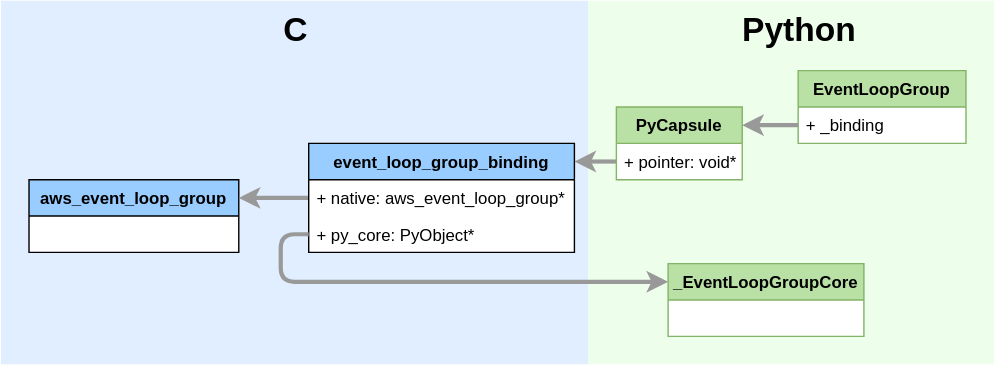
This is docs/dev/binding-private-core.svg from awslabs/aws-crt-python, a draw.io export, as it was before one commit. Source tidied: cells renumbered, new cells last; positions are measured from the earlier drawing's top-left corner, leaving out a move shared by most shapes.
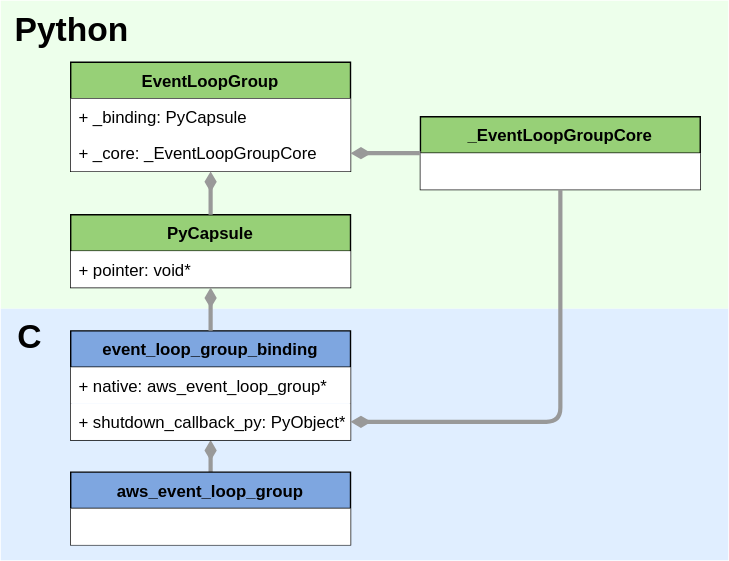
The same diagram one commit later.

The edit, as a diff of the source:
```diff
@@ -3,59 +3,67 @@
     <mxCell id="0" />
     <mxCell id="1" parent="0" />
     <mxCell id="2" style="rounded=0;whiteSpace=wrap;html=1;fillColor=#e0eeff;fontFamily=Helvetica;fontSize=12;strokeColor=none;glass=0;shadow=0;labelPosition=center;verticalLabelPosition=top;align=center;verticalAlign=bottom;horizontal=1;spacing=0;" parent="1" vertex="1">
-      <mxGeometry width="420" height="260" as="geometry" />
+      <mxGeometry x="1240" y="460" width="520" height="180" as="geometry" />
     </mxCell>
     <mxCell id="3" style="rounded=0;whiteSpace=wrap;html=1;fillColor=#edffeb;fontFamily=Helvetica;fontSize=12;strokeColor=none;" parent="1" vertex="1">
-      <mxGeometry x="420" width="290" height="260" as="geometry" />
+      <mxGeometry x="1240" y="240" width="520" height="220" as="geometry" />
     </mxCell>
     <mxCell id="4" value="Python" style="text;html=1;strokeColor=none;fillColor=none;align=center;verticalAlign=middle;whiteSpace=wrap;rounded=0;fontSize=24;fontFamily=Helvetica;fontStyle=1;" parent="1" vertex="1">
-      <mxGeometry x="550" y="10" width="40" height="20" as="geometry" />
+      <mxGeometry x="1270" y="250" width="40" height="20" as="geometry" />
     </mxCell>
-    <mxCell id="5" value="EventLoopGroup" style="swimlane;fontStyle=1;horizontal=1;startSize=26;fillColor=#b9e0a5;fontFamily=Helvetica;fontSize=12;gradientDirection=east;swimlaneFillColor=#ffffff;strokeColor=#82b366;" parent="1" vertex="1">
-      <mxGeometry x="570" y="50" width="120" height="52" as="geometry" />
+    <mxCell id="5" value="C" style="text;html=1;strokeColor=none;fillColor=none;align=center;verticalAlign=middle;whiteSpace=wrap;rounded=0;shadow=0;glass=0;labelBackgroundColor=none;fontFamily=Helvetica;fontSize=24;fontStyle=1;" parent="1" vertex="1">
+      <mxGeometry x="1240" y="470" width="40" height="20" as="geometry" />
     </mxCell>
-    <mxCell id="6" value="+ _binding" style="text;strokeColor=none;fillColor=none;align=left;verticalAlign=top;spacingLeft=4;spacingRight=4;overflow=hidden;points=[[0,0.5],[1,0.5]];portConstraint=eastwest;" parent="5" vertex="1">
-      <mxGeometry y="26" width="120" height="26" as="geometry" />
+    <mxCell id="6" value="EventLoopGroup" style="swimlane;fontStyle=1;horizontal=1;startSize=26;fillColor=#97d077;labelBackgroundColor=none;strokeColor=#000000;fontSize=12;" parent="1" vertex="1">
+      <mxGeometry x="1290" y="284" width="200" height="78" as="geometry" />
     </mxCell>
+    <mxCell id="19" value="+ _binding: PyCapsule" style="text;strokeColor=none;fillColor=#ffffff;align=left;verticalAlign=top;spacingLeft=4;spacingRight=4;overflow=hidden;" parent="6" vertex="1">
+      <mxGeometry y="26" width="200" height="26" as="geometry" />
+    </mxCell>
-    <mxCell id="7" style="rounded=0;jettySize=auto;html=1;exitX=0;exitY=0.5;exitDx=0;exitDy=0;strokeColor=#999999;strokeWidth=3;fontFamily=Helvetica;fontSize=12;entryX=1;entryY=0.25;entryDx=0;entryDy=0;fillColor=#f5f5f5;" parent="1" edge="1" source="6" target="11">
-      <mxGeometry relative="1" as="geometry" />
+    <mxCell id="7" value="+ _core: _EventLoopGroupCore" style="text;strokeColor=none;fillColor=#ffffff;align=left;verticalAlign=top;spacingLeft=4;spacingRight=4;overflow=hidden;points=[[0,0.5],[1,0.5]];portConstraint=eastwest;" parent="6" vertex="1">
+      <mxGeometry y="52" width="200" height="26" as="geometry" />
     </mxCell>
-    <mxCell id="8" value="aws_event_loop_group" style="swimlane;fontStyle=1;horizontal=1;startSize=26;fillColor=#99ccff;fontFamily=Helvetica;fontSize=12;swimlaneFillColor=#ffffff;" parent="1" vertex="1">
-      <mxGeometry x="20" y="128" width="150" height="52" as="geometry" />
+    <mxCell id="8" value="PyCapsule" style="swimlane;fontStyle=1;horizontal=1;startSize=26;fillColor=#97d077;labelBackgroundColor=none;strokeColor=#000000;fontSize=12;" parent="1" vertex="1">
+      <mxGeometry x="1290" y="393" width="200" height="52" as="geometry" />
     </mxCell>
-    <mxCell id="9" style="edgeStyle=none;rounded=0;jettySize=auto;html=1;strokeColor=#999999;strokeWidth=3;fontFamily=Helvetica;fontSize=12;exitX=0;exitY=0.5;exitDx=0;exitDy=0;entryX=1;entryY=0.25;entryDx=0;entryDy=0;jumpStyle=none;shadow=0;comic=0;fixDash=0;backgroundOutline=0;noJump=0;endFill=1;" parent="1" edge="1" target="8">
-      <mxGeometry relative="1" as="geometry">
-        <mxPoint x="220" y="141" as="sourcePoint" />
-      </mxGeometry>
+    <mxCell id="9" value="+ pointer: void*" style="text;strokeColor=none;fillColor=#ffffff;align=left;verticalAlign=top;spacingLeft=4;spacingRight=4;overflow=hidden;" parent="8" vertex="1">
+      <mxGeometry y="26" width="200" height="26" as="geometry" />
     </mxCell>
-    <mxCell id="10" style="edgeStyle=none;rounded=0;jettySize=auto;html=1;exitX=0;exitY=0.5;exitDx=0;exitDy=0;strokeColor=#999999;strokeWidth=3;fontFamily=Helvetica;fontSize=12;entryX=1;entryY=0.25;entryDx=0;entryDy=0;" parent="1" edge="1" source="12">
-      <mxGeometry relative="1" as="geometry">
-        <mxPoint x="410" y="115" as="targetPoint" />
-      </mxGeometry>
+    <mxCell id="10" style="edgeStyle=orthogonalEdgeStyle;jettySize=auto;html=1;shadow=0;endArrow=diamondThin;endFill=1;strokeColor=#999999;strokeWidth=3;fontSize=12;" parent="1" edge="1" source="14" target="11">
+      <mxGeometry relative="1" as="geometry" />
     </mxCell>
-    <mxCell id="11" value="PyCapsule" style="swimlane;fontStyle=1;horizontal=1;startSize=26;fillColor=#b9e0a5;fontFamily=Helvetica;fontSize=12;gradientDirection=east;swimlaneFillColor=#ffffff;strokeColor=#82b366;" parent="1" vertex="1">
-      <mxGeometry x="440" y="76" width="90" height="52" as="geometry" />
+    <mxCell id="11" value="event_loop_group_binding" style="swimlane;fontStyle=1;horizontal=1;startSize=26;fillColor=#7ea6e0;labelBackgroundColor=none;strokeColor=#000000;fontSize=12;" parent="1" vertex="1">
+      <mxGeometry x="1290" y="476" width="200" height="78" as="geometry" />
     </mxCell>
-    <mxCell id="12" value="+ pointer: void*" style="text;strokeColor=none;fillColor=none;align=left;verticalAlign=top;spacingLeft=4;spacingRight=4;overflow=hidden;points=[[0,0.5],[1,0.5]];portConstraint=eastwest;" parent="11" vertex="1">
-      <mxGeometry y="26" width="90" height="26" as="geometry" />
+    <mxCell id="12" value="+ native: aws_event_loop_group*" style="text;strokeColor=none;fillColor=#ffffff;align=left;verticalAlign=top;spacingLeft=4;spacingRight=4;overflow=hidden;points=[[0,0.5],[1,0.5]];portConstraint=eastwest;" parent="11" vertex="1">
+      <mxGeometry y="26" width="200" height="26" as="geometry" />
     </mxCell>
-    <mxCell id="13" value="C" style="text;html=1;strokeColor=none;fillColor=none;align=center;verticalAlign=middle;whiteSpace=wrap;rounded=0;shadow=0;glass=0;labelBackgroundColor=none;fontFamily=Helvetica;fontSize=24;fontStyle=1;" parent="1" vertex="1">
-      <mxGeometry x="190" y="10" width="40" height="20" as="geometry" />
+    <mxCell id="13" value="+ shutdown_callback_py: PyObject*" style="text;strokeColor=none;fillColor=#ffffff;align=left;verticalAlign=top;spacingLeft=4;spacingRight=4;overflow=hidden;points=[[0,0.5],[1,0.5]];portConstraint=eastwest;" parent="11" vertex="1">
+      <mxGeometry y="52" width="200" height="26" as="geometry" />
     </mxCell>
-    <mxCell id="14" value="event_loop_group_binding" style="swimlane;fontStyle=1;horizontal=1;startSize=26;fillColor=#99ccff;fontFamily=Helvetica;fontSize=12;gradientDirection=east;swimlaneFillColor=#ffffff;strokeColor=#000000;" parent="1" vertex="1">
-      <mxGeometry x="220" y="102" width="190" height="78" as="geometry" />
+    <mxCell id="14" value="aws_event_loop_group" style="swimlane;fontStyle=1;horizontal=1;startSize=26;fillColor=#7ea6e0;labelBackgroundColor=none;strokeColor=#000000;fontSize=12;" parent="1" vertex="1">
+      <mxGeometry x="1290" y="577" width="200" height="52" as="geometry" />
     </mxCell>
-    <mxCell id="15" value="+ native: aws_event_loop_group*" style="text;strokeColor=none;fillColor=none;align=left;verticalAlign=top;spacingLeft=4;spacingRight=4;overflow=hidden;" parent="14" vertex="1">
-      <mxGeometry y="26" width="190" height="26" as="geometry" />
+    <mxCell id="15" style="text;strokeColor=none;fillColor=#ffffff;align=left;verticalAlign=top;spacingLeft=4;spacingRight=4;overflow=hidden;" parent="14" vertex="1">
+      <mxGeometry y="26" width="200" height="26" as="geometry" />
     </mxCell>
-    <mxCell id="16" value="+ py_core: PyObject*" style="text;strokeColor=none;fillColor=none;align=left;verticalAlign=top;spacingLeft=4;spacingRight=4;overflow=hidden;points=[[0,0.5],[1,0.5]];portConstraint=eastwest;" parent="14" vertex="1">
-      <mxGeometry y="52" width="190" height="26" as="geometry" />
+    <mxCell id="16" style="endArrow=diamondThin;html=1;shadow=0;strokeColor=#999999;strokeWidth=3;fontSize=12;endFill=1;edgeStyle=orthogonalEdgeStyle;" parent="1" edge="1" source="8" target="6">
+      <mxGeometry relative="1" as="geometry" />
     </mxCell>
-    <mxCell id="17" value="_EventLoopGroupCore" style="swimlane;fontStyle=1;horizontal=1;startSize=26;fillColor=#b9e0a5;fontFamily=Helvetica;fontSize=12;gradientDirection=east;swimlaneFillColor=#ffffff;strokeColor=#82b366;" parent="1" vertex="1">
-      <mxGeometry x="477" y="188" width="140" height="52" as="geometry" />
+    <mxCell id="17" style="edgeStyle=orthogonalEdgeStyle;jettySize=auto;html=1;shadow=0;endArrow=diamondThin;endFill=1;strokeColor=#999999;strokeWidth=3;fontSize=12;" parent="1" edge="1" source="11" target="8">
+      <mxGeometry relative="1" as="geometry" />
     </mxCell>
+    <mxCell id="20" value="_EventLoopGroupCore" style="swimlane;fontStyle=1;horizontal=1;startSize=26;fillColor=#97d077;labelBackgroundColor=none;strokeColor=#000000;fontSize=12;" parent="1" vertex="1">
+      <mxGeometry x="1540" y="323" width="200" height="52" as="geometry" />
+    </mxCell>
-    <mxCell id="18" style="edgeStyle=orthogonalEdgeStyle;comic=0;jettySize=auto;html=1;exitX=0;exitY=0.5;exitDx=0;exitDy=0;shadow=0;endFill=1;strokeColor=#999999;strokeWidth=3;fontSize=12;entryX=0;entryY=0.25;entryDx=0;entryDy=0;" parent="1" edge="1" source="16" target="17">
-      <mxGeometry relative="1" as="geometry" />
+    <mxCell id="18" style="text;strokeColor=none;fillColor=#ffffff;align=left;verticalAlign=top;spacingLeft=4;spacingRight=4;overflow=hidden;" parent="20" vertex="1">
+      <mxGeometry y="26" width="200" height="26" as="geometry" />
     </mxCell>
+    <mxCell id="21" style="edgeStyle=orthogonalEdgeStyle;jettySize=auto;html=1;shadow=0;endArrow=diamondThin;endFill=1;strokeColor=#999999;strokeWidth=3;fontSize=12;entryX=1;entryY=0.5;entryDx=0;entryDy=0;" parent="1" edge="1" source="20" target="13">
+      <mxGeometry relative="1" as="geometry" />
+    </mxCell>
+    <mxCell id="22" style="edgeStyle=orthogonalEdgeStyle;jettySize=auto;html=1;shadow=0;endArrow=diamondThin;endFill=1;strokeColor=#999999;strokeWidth=3;fontSize=12;entryX=1;entryY=0.5;entryDx=0;entryDy=0;" parent="1" edge="1" source="20" target="7">
+      <mxGeometry relative="1" as="geometry" />
+    </mxCell>
   </root>
 </mxGraphModel>
```
